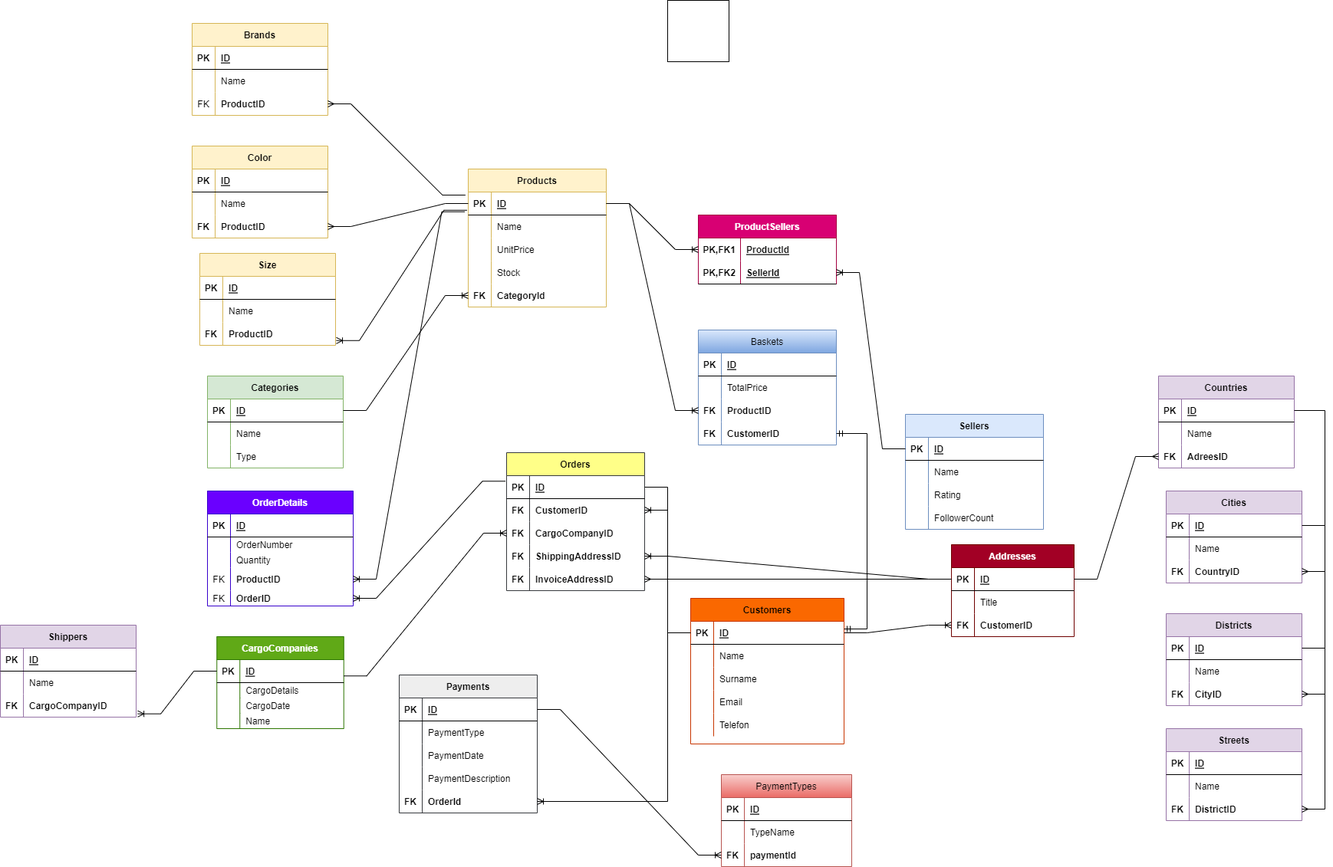
This is OnekDiagram.drawio.png from cigdemtok/AkademiEgitimlerim, a draw.io export, as it was before one commit. Source tidied: cells renumbered, new cells last; positions are measured from the earlier drawing's top-left corner, leaving out a move shared by most shapes.
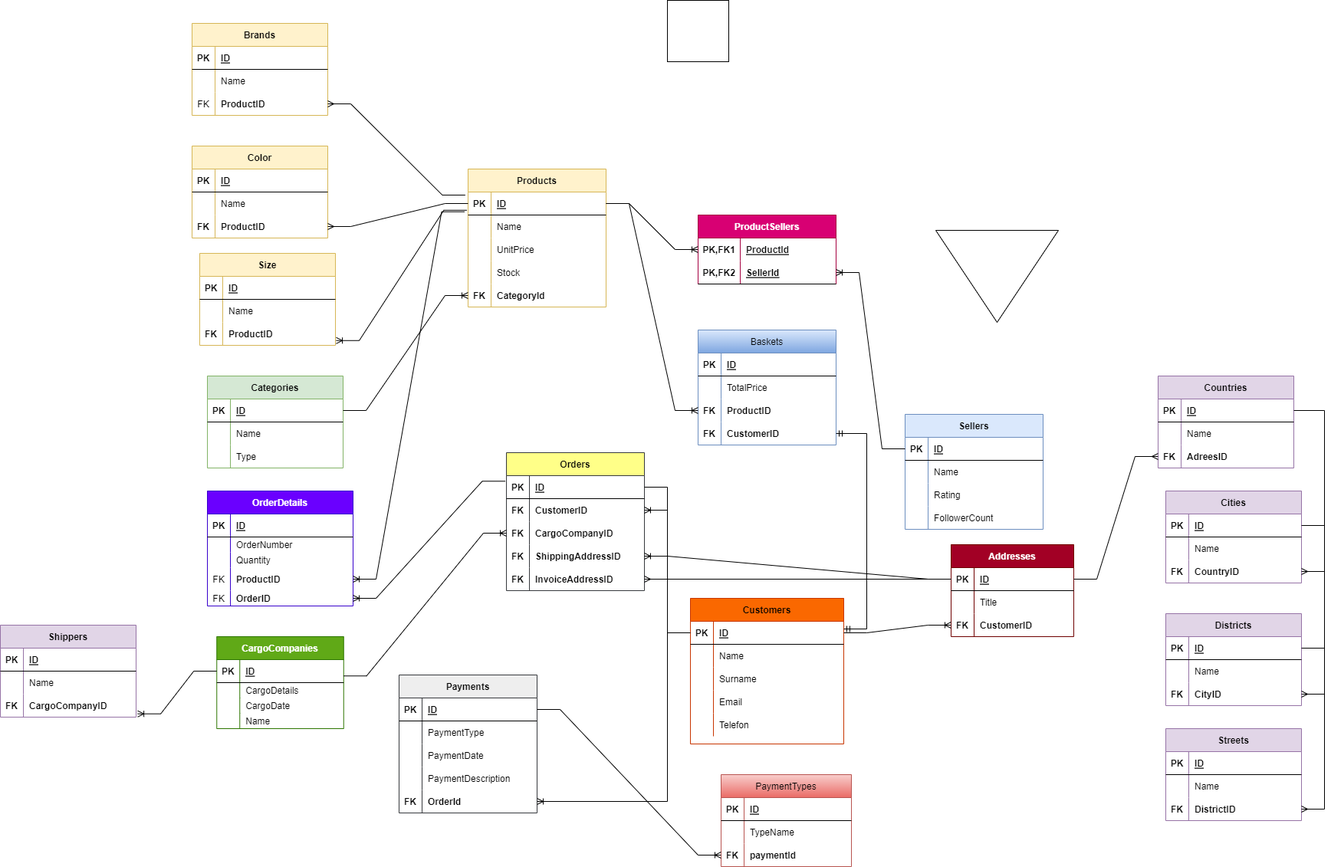
After the change.

The edit, as a diff of the source:
```diff
@@ -778,6 +778,9 @@
     <mxCell id="259" style="edgeStyle=entityRelationEdgeStyle;fontSize=12;html=1;endArrow=ERmany;rounded=0;entryX=1;entryY=0.5;entryDx=0;entryDy=0;exitX=0;exitY=0.5;exitDx=0;exitDy=0;" parent="1" edge="1" source="45" target="145">
       <mxGeometry relative="1" as="geometry" />
     </mxCell>
+    <mxCell id="261" style="triangle;whiteSpace=wrap;html=1;direction=south;" parent="1" vertex="1">
+      <mxGeometry x="1220" y="300" width="160" height="120" as="geometry" />
+    </mxCell>
     <mxCell id="260" style="whiteSpace=wrap;html=1;" parent="1" vertex="1">
       <mxGeometry x="870" width="80" height="80" as="geometry" />
     </mxCell>
```
